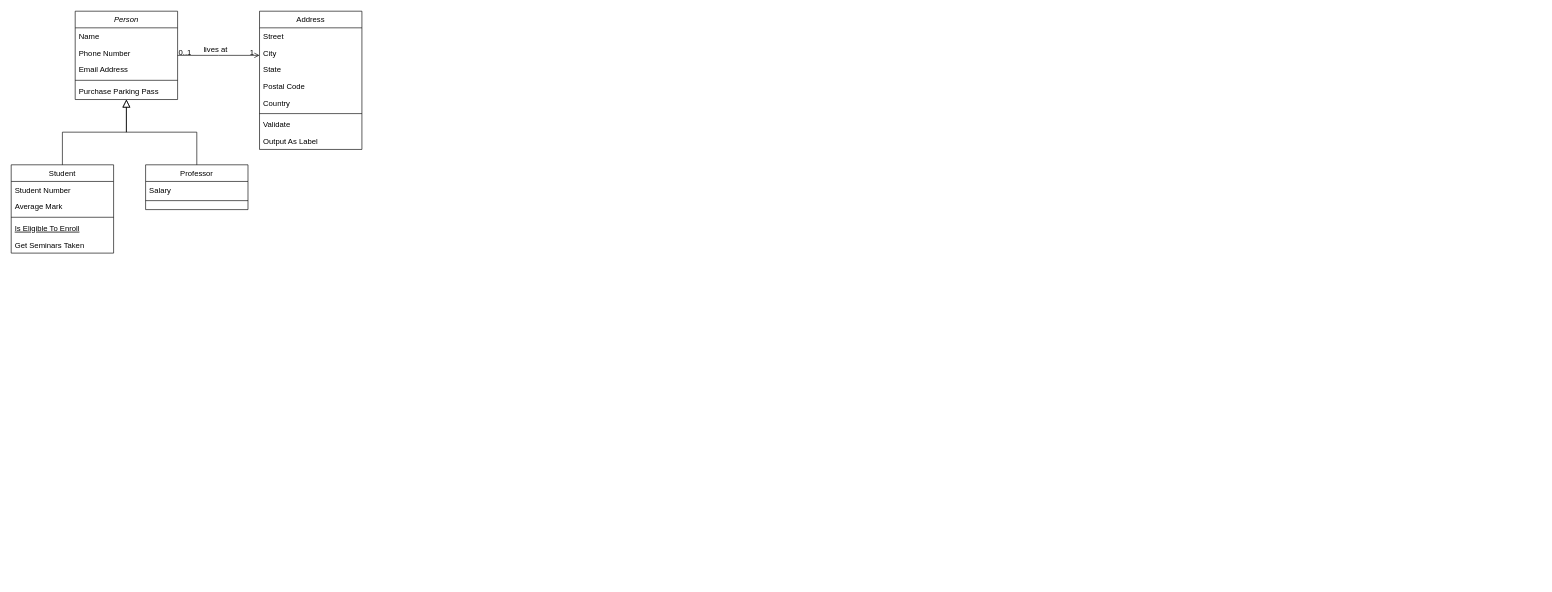
Above: 제목 없는 다이어그램.drawio in oyc0401/Creative-Computer-Engineering-Design (draw.io), before the change. Source tidied: cells renumbered, new cells numbered last; positions are measured from the earlier drawing's top-left corner, leaving out a move shared by most shapes. Both pictures are drawn from the tidied source at 64%, with x=0, y=0 at pixel (11, 11).
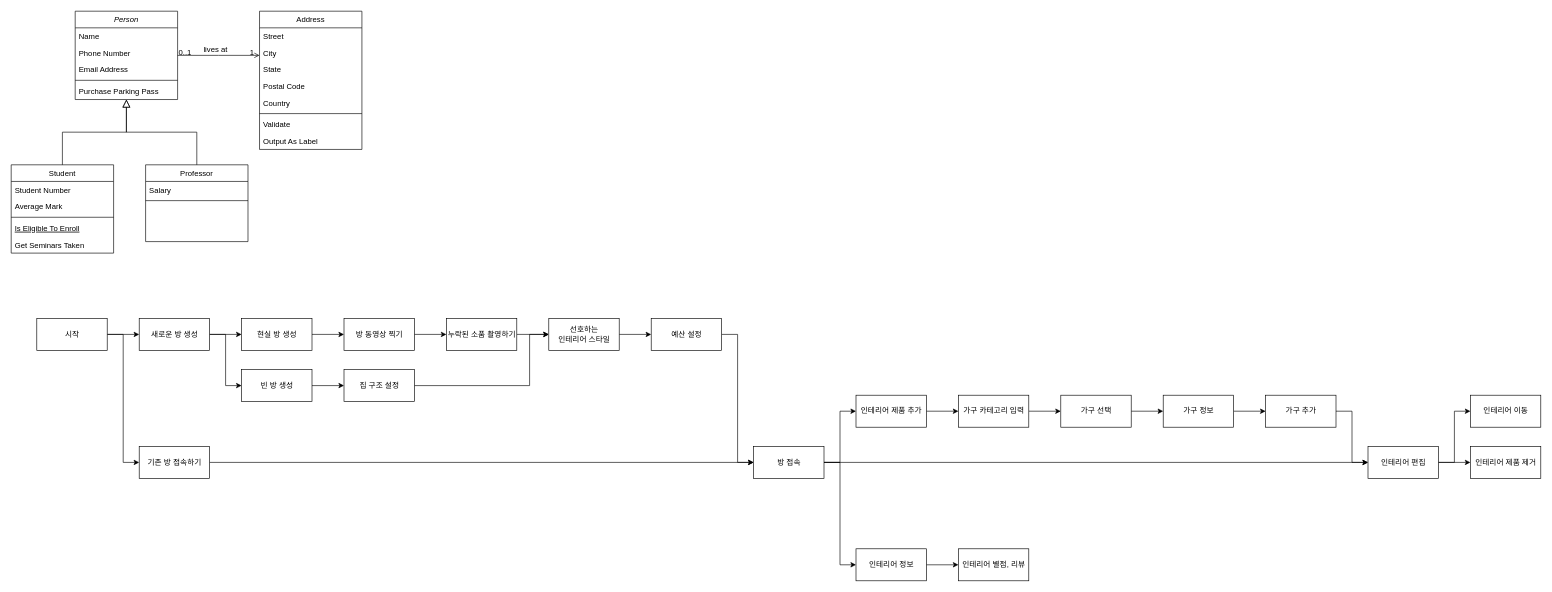
The same page after the edit.

Commit message:
제목 없는 다이어그램.drawio 업데이트

What changed in the source:
```diff
@@
     <mxCell id="15" value="Professor" style="swimlane;fontStyle=0;align=center;verticalAlign=top;horizontal=1;startSize=26;rounded=0;shadow=0;strokeWidth=1;" parent="1" vertex="1">
-      <mxGeometry x="210" y="240" width="160" height="70" as="geometry" />
+      <mxGeometry x="210" y="240" width="160" height="120" as="geometry" />
     </mxCell>
@@
+    <mxCell id="32" style="edgeStyle=orthogonalEdgeStyle;rounded=0;jettySize=auto;html=1;entryX=0;entryY=0.5;entryDx=0;entryDy=0;" parent="1" edge="1" source="34" target="37">
+      <mxGeometry relative="1" as="geometry" />
+    </mxCell>
+    <mxCell id="33" style="edgeStyle=orthogonalEdgeStyle;rounded=0;jettySize=auto;html=1;entryX=0;entryY=0.5;entryDx=0;entryDy=0;" parent="1" edge="1" source="34" target="39">
+      <mxGeometry relative="1" as="geometry" />
+    </mxCell>
+    <mxCell id="34" value="시작" style="html=1;" parent="1" vertex="1">
+      <mxGeometry x="40" y="480" width="110" height="50" as="geometry" />
+    </mxCell>
+    <mxCell id="35" style="edgeStyle=orthogonalEdgeStyle;rounded=0;jettySize=auto;html=1;entryX=0;entryY=0.5;entryDx=0;entryDy=0;" parent="1" edge="1" source="37" target="41">
+      <mxGeometry relative="1" as="geometry" />
+    </mxCell>
+    <mxCell id="36" style="edgeStyle=orthogonalEdgeStyle;rounded=0;jettySize=auto;html=1;entryX=0;entryY=0.5;entryDx=0;entryDy=0;" parent="1" edge="1" source="37" target="43">
+      <mxGeometry relative="1" as="geometry" />
+    </mxCell>
+    <mxCell id="37" value="새로운 방 생성" style="html=1;" parent="1" vertex="1">
+      <mxGeometry x="200" y="480" width="110" height="50" as="geometry" />
+    </mxCell>
+    <mxCell id="38" style="edgeStyle=orthogonalEdgeStyle;rounded=0;jettySize=auto;html=1;" parent="1" edge="1" source="39" target="57">
+      <mxGeometry relative="1" as="geometry" />
+    </mxCell>
+    <mxCell id="39" value="기존 방 접속하기" style="html=1;" parent="1" vertex="1">
+      <mxGeometry x="200" y="680" width="110" height="50" as="geometry" />
+    </mxCell>
+    <mxCell id="40" style="edgeStyle=orthogonalEdgeStyle;rounded=0;jettySize=auto;html=1;entryX=0;entryY=0.5;entryDx=0;entryDy=0;" parent="1" edge="1" source="41" target="47">
+      <mxGeometry relative="1" as="geometry" />
+    </mxCell>
+    <mxCell id="41" value="현실 방 생성" style="html=1;" parent="1" vertex="1">
+      <mxGeometry x="360" y="480" width="110" height="50" as="geometry" />
+    </mxCell>
+    <mxCell id="42" style="edgeStyle=orthogonalEdgeStyle;rounded=0;jettySize=auto;html=1;" parent="1" edge="1" source="43" target="45">
+      <mxGeometry relative="1" as="geometry" />
+    </mxCell>
+    <mxCell id="43" value="빈 방 생성" style="html=1;" parent="1" vertex="1">
+      <mxGeometry x="360" y="560" width="110" height="50" as="geometry" />
+    </mxCell>
+    <mxCell id="44" style="edgeStyle=orthogonalEdgeStyle;rounded=0;jettySize=auto;html=1;entryX=0;entryY=0.5;entryDx=0;entryDy=0;" parent="1" edge="1" source="45" target="51">
+      <mxGeometry relative="1" as="geometry">
+        <Array as="points">
+          <mxPoint x="810" y="585" />
+          <mxPoint x="810" y="505" />
+        </Array>
+      </mxGeometry>
+    </mxCell>
+    <mxCell id="45" value="집 구조 설정" style="html=1;" parent="1" vertex="1">
+      <mxGeometry x="520" y="560" width="110" height="50" as="geometry" />
+    </mxCell>
+    <mxCell id="46" style="edgeStyle=orthogonalEdgeStyle;rounded=0;jettySize=auto;html=1;entryX=0;entryY=0.5;entryDx=0;entryDy=0;" parent="1" edge="1" source="47" target="49">
+      <mxGeometry relative="1" as="geometry" />
+    </mxCell>
+    <mxCell id="47" value="방 동영상 찍기" style="html=1;" parent="1" vertex="1">
+      <mxGeometry x="520" y="480" width="110" height="50" as="geometry" />
+    </mxCell>
+    <mxCell id="48" style="edgeStyle=orthogonalEdgeStyle;rounded=0;jettySize=auto;html=1;entryX=0;entryY=0.5;entryDx=0;entryDy=0;" parent="1" edge="1" source="49" target="51">
+      <mxGeometry relative="1" as="geometry" />
+    </mxCell>
+    <mxCell id="49" value="누락된 소품 촬영하기" style="html=1;" parent="1" vertex="1">
+      <mxGeometry x="680" y="480" width="110" height="50" as="geometry" />
+    </mxCell>
+    <mxCell id="50" style="edgeStyle=orthogonalEdgeStyle;rounded=0;jettySize=auto;html=1;" parent="1" edge="1" source="51" target="53">
+      <mxGeometry relative="1" as="geometry" />
+    </mxCell>
+    <mxCell id="51" value="선호하는&lt;br&gt;인테리어 스타일" style="html=1;" parent="1" vertex="1">
+      <mxGeometry x="840" y="480" width="110" height="50" as="geometry" />
+    </mxCell>
+    <mxCell id="52" style="edgeStyle=orthogonalEdgeStyle;rounded=0;jettySize=auto;html=1;entryX=0;entryY=0.5;entryDx=0;entryDy=0;" parent="1" edge="1" source="53" target="57">
+      <mxGeometry relative="1" as="geometry" />
+    </mxCell>
+    <mxCell id="53" value="예산 설정" style="html=1;" parent="1" vertex="1">
+      <mxGeometry x="1000" y="480" width="110" height="50" as="geometry" />
+    </mxCell>
+    <mxCell id="54" style="edgeStyle=orthogonalEdgeStyle;rounded=0;jettySize=auto;html=1;entryX=0;entryY=0.5;entryDx=0;entryDy=0;" parent="1" edge="1" source="57" target="59">
+      <mxGeometry relative="1" as="geometry" />
+    </mxCell>
+    <mxCell id="55" style="edgeStyle=orthogonalEdgeStyle;rounded=0;jettySize=auto;html=1;entryX=0;entryY=0.5;entryDx=0;entryDy=0;" parent="1" edge="1" source="57" target="62">
+      <mxGeometry relative="1" as="geometry" />
+    </mxCell>
+    <mxCell id="56" style="edgeStyle=orthogonalEdgeStyle;rounded=0;jettySize=auto;html=1;entryX=0;entryY=0.5;entryDx=0;entryDy=0;" parent="1" edge="1" source="57" target="64">
+      <mxGeometry relative="1" as="geometry" />
+    </mxCell>
+    <mxCell id="57" value="방 접속" style="html=1;" parent="1" vertex="1">
+      <mxGeometry x="1160" y="680" width="110" height="50" as="geometry" />
+    </mxCell>
+    <mxCell id="58" style="edgeStyle=orthogonalEdgeStyle;rounded=0;jettySize=auto;html=1;entryX=0;entryY=0.5;entryDx=0;entryDy=0;" parent="1" edge="1" source="59" target="67">
+      <mxGeometry relative="1" as="geometry" />
+    </mxCell>
+    <mxCell id="59" value="인테리어 제품 추가" style="html=1;" parent="1" vertex="1">
+      <mxGeometry x="1320" y="600" width="110" height="50" as="geometry" />
+    </mxCell>
+    <mxCell id="60" style="edgeStyle=orthogonalEdgeStyle;rounded=0;jettySize=auto;html=1;" parent="1" edge="1" source="62" target="70">
+      <mxGeometry relative="1" as="geometry" />
+    </mxCell>
+    <mxCell id="61" style="edgeStyle=orthogonalEdgeStyle;rounded=0;jettySize=auto;html=1;entryX=0;entryY=0.5;entryDx=0;entryDy=0;" parent="1" edge="1" source="62" target="71">
+      <mxGeometry relative="1" as="geometry" />
+    </mxCell>
+    <mxCell id="62" value="인테리어 편집" style="html=1;" parent="1" vertex="1">
+      <mxGeometry x="2120" y="680" width="110" height="50" as="geometry" />
+    </mxCell>
+    <mxCell id="63" style="edgeStyle=orthogonalEdgeStyle;rounded=0;jettySize=auto;html=1;" parent="1" edge="1" source="64" target="65">
+      <mxGeometry relative="1" as="geometry" />
+    </mxCell>
+    <mxCell id="64" value="인테리어 정보" style="html=1;" parent="1" vertex="1">
+      <mxGeometry x="1320" y="840" width="110" height="50" as="geometry" />
+    </mxCell>
+    <mxCell id="65" value="인테리어 별점, 리뷰" style="html=1;" parent="1" vertex="1">
+      <mxGeometry x="1480" y="840" width="110" height="50" as="geometry" />
+    </mxCell>
+    <mxCell id="66" style="edgeStyle=orthogonalEdgeStyle;rounded=0;jettySize=auto;html=1;" parent="1" edge="1" source="67" target="69">
+      <mxGeometry relative="1" as="geometry" />
+    </mxCell>
+    <mxCell id="67" value="가구 카테고리 입력" style="html=1;" parent="1" vertex="1">
+      <mxGeometry x="1480" y="600" width="110" height="50" as="geometry" />
+    </mxCell>
+    <mxCell id="68" style="edgeStyle=orthogonalEdgeStyle;rounded=0;jettySize=auto;html=1;entryX=0;entryY=0.5;entryDx=0;entryDy=0;" parent="1" edge="1" source="69" target="73">
+      <mxGeometry relative="1" as="geometry" />
+    </mxCell>
+    <mxCell id="69" value="가구 선택" style="html=1;" parent="1" vertex="1">
+      <mxGeometry x="1640" y="600" width="110" height="50" as="geometry" />
+    </mxCell>
+    <mxCell id="70" value="인테리어 제품 제거" style="html=1;" parent="1" vertex="1">
+      <mxGeometry x="2280" y="680" width="110" height="50" as="geometry" />
+    </mxCell>
+    <mxCell id="71" value="인테리어 이동" style="html=1;" parent="1" vertex="1">
+      <mxGeometry x="2280" y="600" width="110" height="50" as="geometry" />
+    </mxCell>
+    <mxCell id="72" style="edgeStyle=orthogonalEdgeStyle;rounded=0;jettySize=auto;html=1;entryX=0;entryY=0.5;entryDx=0;entryDy=0;" parent="1" edge="1" source="73" target="75">
+      <mxGeometry relative="1" as="geometry" />
+    </mxCell>
+    <mxCell id="73" value="가구 정보" style="html=1;" parent="1" vertex="1">
+      <mxGeometry x="1800" y="600" width="110" height="50" as="geometry" />
+    </mxCell>
+    <mxCell id="74" style="edgeStyle=orthogonalEdgeStyle;rounded=0;jettySize=auto;html=1;entryX=0;entryY=0.5;entryDx=0;entryDy=0;" parent="1" edge="1" source="75" target="62">
+      <mxGeometry relative="1" as="geometry" />
+    </mxCell>
+    <mxCell id="75" value="가구 추가" style="html=1;" parent="1" vertex="1">
+      <mxGeometry x="1960" y="600" width="110" height="50" as="geometry" />
+    </mxCell>
```
